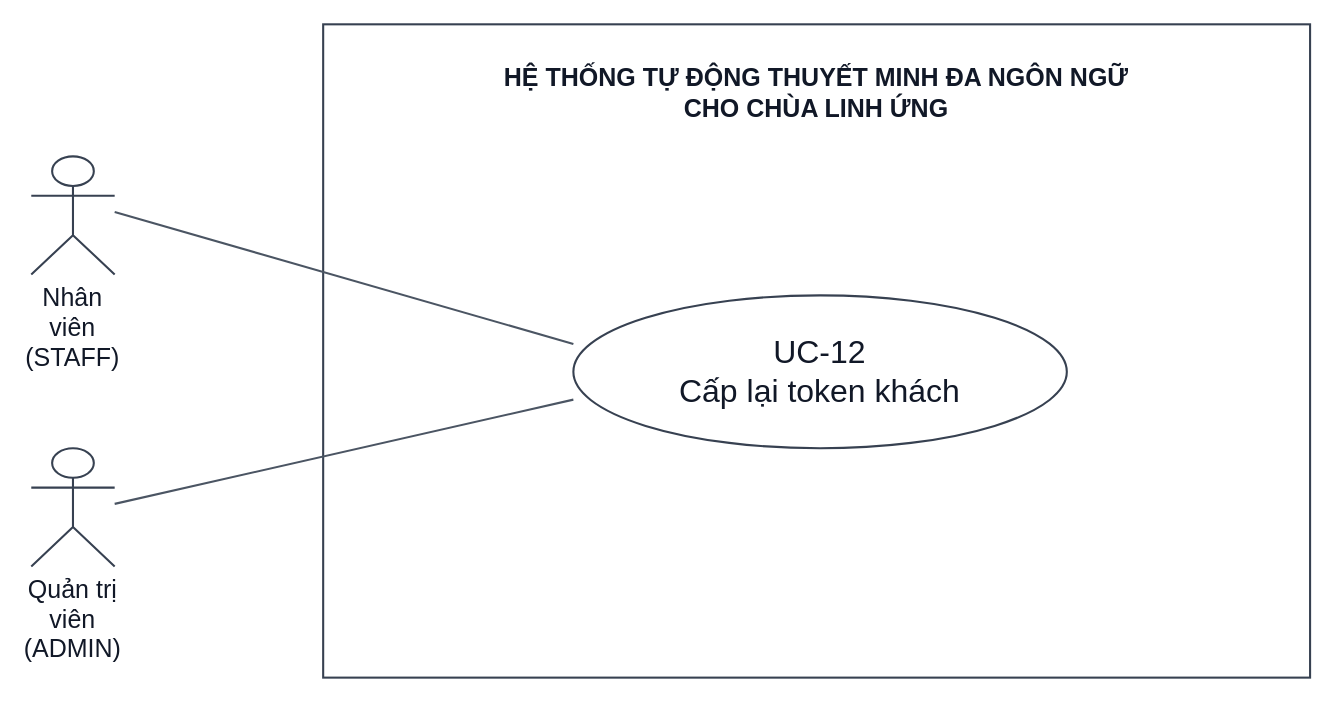
The draw.io diagram docs/diagram/use case/UC-12_Use-Case.drawio in Kazuken123/prj_sgu26_cnpm, before the edit. Source tidied: cells renumbered, new cells numbered last; positions are measured from the earlier drawing's top-left corner, leaving out a move shared by most shapes. Both pictures are drawn from the tidied source at 139%, with x=0, y=0 at pixel (31, 24).
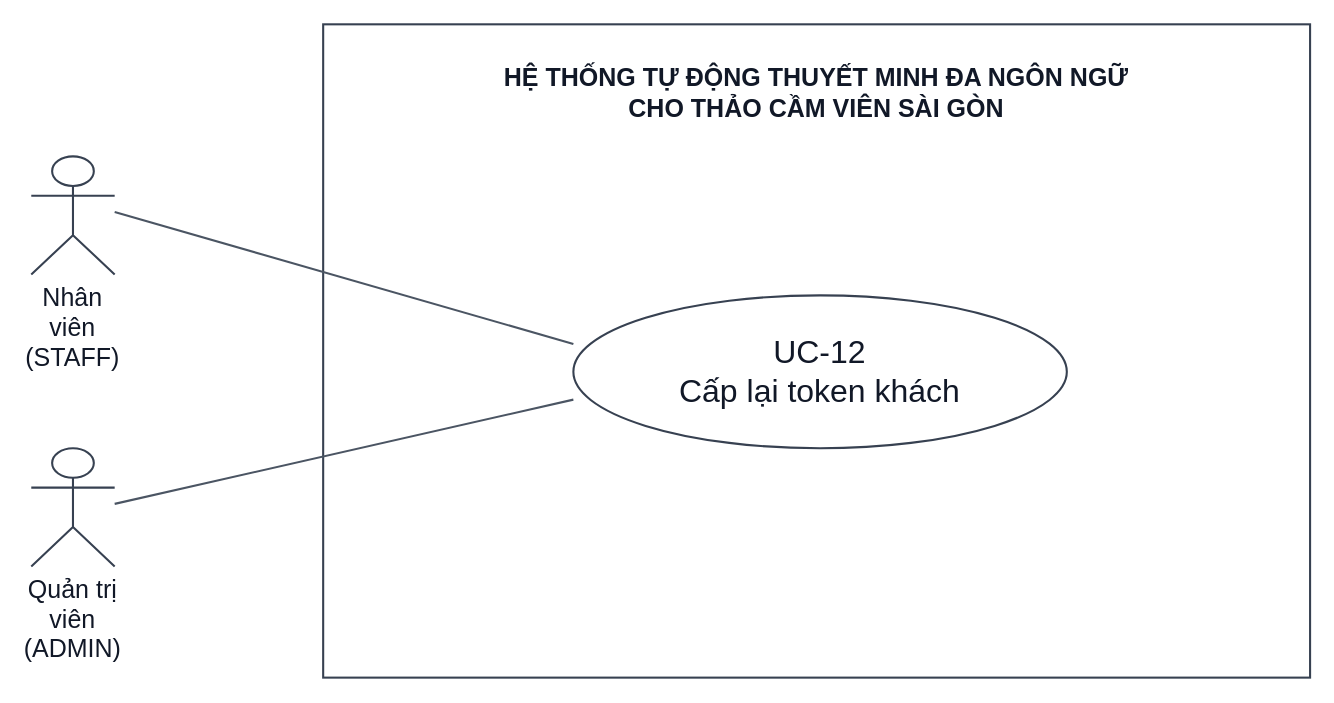
The same page after the edit.

The edit, as a diff of the source:
```diff
@@
 <mxGraphModel>
   <root>
     <mxCell id="0" />
     <mxCell id="1" parent="0" />
-    <mxCell id="2" value="HỆ THỐNG TỰ ĐỘNG THUYẾT MINH ĐA NGÔN NGỮ&lt;br&gt;CHO CHÙA LINH ỨNG" style="html=1;whiteSpace=wrap;fontFamily=Arial;fontSize=18;fontColor=#111827;strokeColor=#374151;fillColor=#FFFFFF;strokeWidth=1.5;rounded=0;verticalAlign=top;spacingTop=22;fontStyle=1;fillColor=none;" parent="1" vertex="1">
+    <mxCell id="2" value="HỆ THỐNG TỰ ĐỘNG THUYẾT MINH ĐA NGÔN NGỮ&lt;br&gt;CHO THẢO CẦM VIÊN SÀI GÒN" style="html=1;whiteSpace=wrap;fontFamily=Arial;fontSize=18;fontColor=#111827;strokeColor=#374151;fillColor=#FFFFFF;strokeWidth=1.5;rounded=0;verticalAlign=top;spacingTop=22;fontStyle=1;fillColor=none;" parent="1" vertex="1">
       <mxGeometry x="210" width="710" height="470" as="geometry" />
     </mxCell>
     <mxCell id="3" value="Nhân viên&lt;br&gt;(STAFF)" style="html=1;whiteSpace=wrap;fontFamily=Arial;fontSize=18;fontColor=#111827;strokeColor=#374151;fillColor=#FFFFFF;strokeWidth=1.5;shape=umlActor;verticalLabelPosition=bottom;verticalAlign=top;" parent="1" vertex="1">
       <mxGeometry y="95" width="60" height="85" as="geometry" />
     </mxCell>
     <mxCell id="4" value="Quản trị viên&lt;br&gt;(ADMIN)" style="html=1;whiteSpace=wrap;fontFamily=Arial;fontSize=18;fontColor=#111827;strokeColor=#374151;fillColor=#FFFFFF;strokeWidth=1.5;shape=umlActor;verticalLabelPosition=bottom;verticalAlign=top;" parent="1" vertex="1">
       <mxGeometry y="305" width="60" height="85" as="geometry" />
     </mxCell>
     <mxCell id="5" value="UC-12&lt;br&gt;Cấp lại token khách" style="html=1;whiteSpace=wrap;fontFamily=Arial;fontSize=23;fontColor=#111827;strokeColor=#374151;fillColor=#FFFFFF;strokeWidth=1.5;ellipse;" parent="1" vertex="1">
       <mxGeometry x="390" y="195" width="355" height="110" as="geometry" />
     </mxCell>
     <mxCell id="6" style="html=1;rounded=0;endArrow=none;endFill=1;strokeColor=#4B5563;strokeWidth=1.5;fontFamily=Arial;fontSize=17;exitX=1.0;exitY=0.47058823529411764;exitPerimeter=0;entryX=0.0;entryY=0.3181818181818182;entryPerimeter=0;" parent="1" edge="1" source="3" target="5">
       <mxGeometry relative="1" as="geometry" />
     </mxCell>
     <mxCell id="7" style="html=1;rounded=0;endArrow=none;endFill=1;strokeColor=#4B5563;strokeWidth=1.5;fontFamily=Arial;fontSize=17;exitX=1.0;exitY=0.47058823529411764;exitPerimeter=0;entryX=0.0;entryY=0.6818181818181818;entryPerimeter=0;" parent="1" edge="1" source="4" target="5">
       <mxGeometry relative="1" as="geometry" />
     </mxCell>
   </root>
 </mxGraphModel>
```
